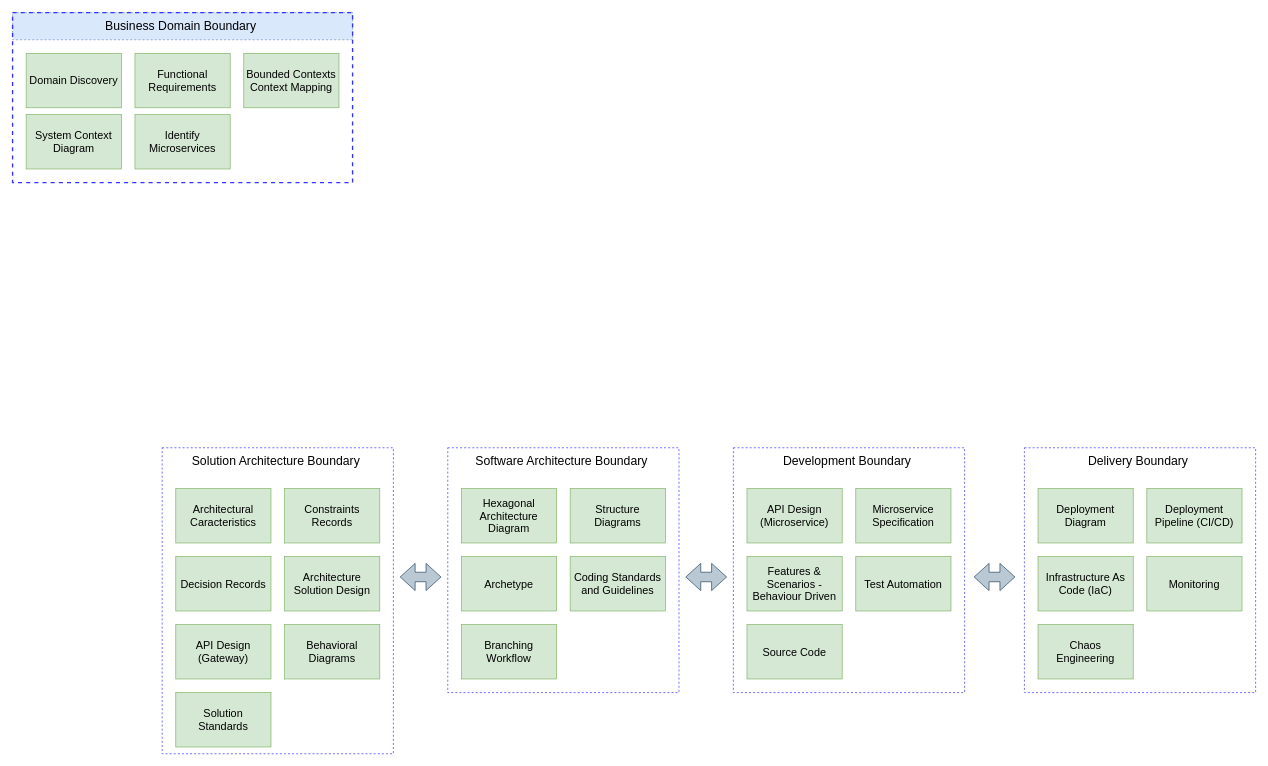
Above: microservice-architecture-solution-framework/drawio/Microservice Architecture Solution Framework.drawio in rpicanco/MicroserviceArchitectureSolutionFramework (draw.io), before the change. Source tidied: cells renumbered, new cells numbered last; positions are measured from the earlier drawing's top-left corner, leaving out a move shared by most shapes. Both pictures are drawn from the tidied source at 68%, with x=0, y=0 at pixel (12, 12).
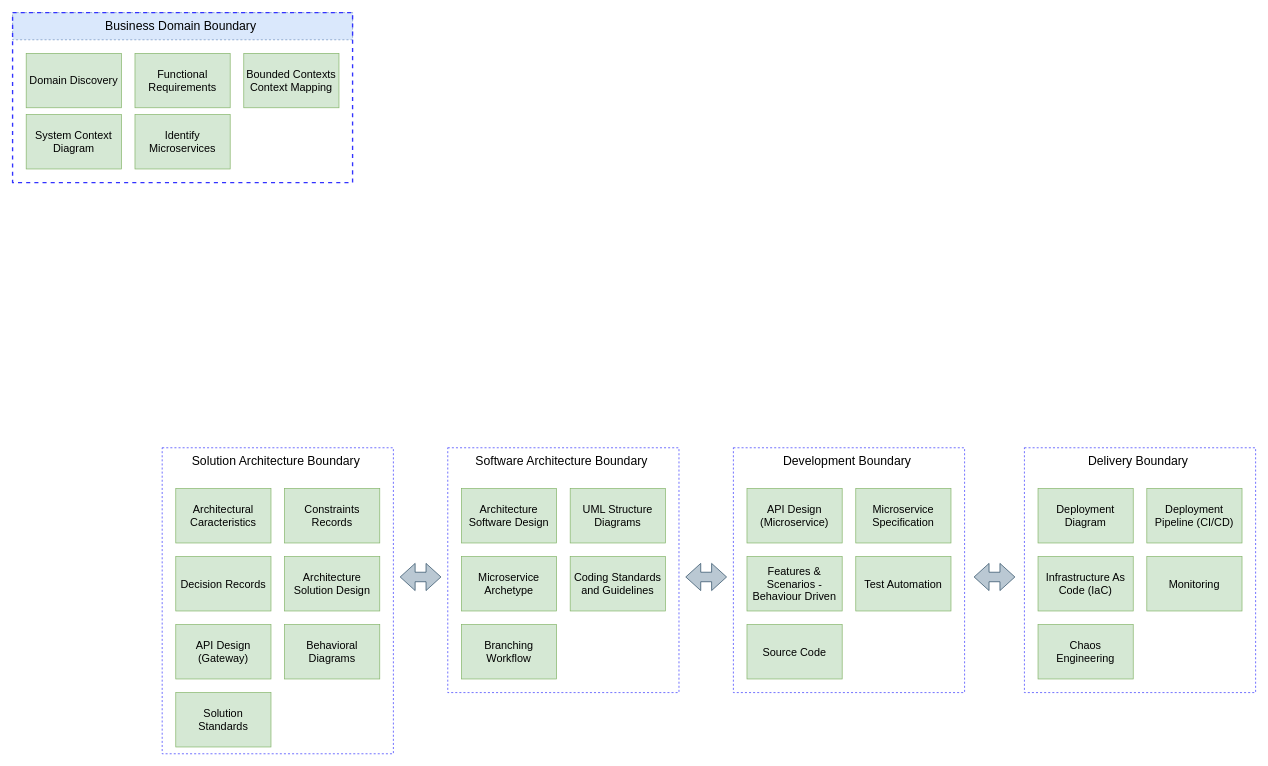
The same diagram, later.

Commit message (it also covers changes not shown here):
software boundary deliverables

What changed in the source:
```diff
@@
-    <mxCell id="18" value="&lt;span style=&quot;font-size: 16px&quot;&gt;Structure&lt;br&gt;Diagrams&lt;/span&gt;" style="rounded=0;whiteSpace=wrap;html=1;fillColor=#d5e8d4;strokeColor=#82b366;" parent="1" vertex="1">
+    <mxCell id="18" value="&lt;span style=&quot;font-size: 16px&quot;&gt;UML Structure&lt;br&gt;Diagrams&lt;/span&gt;" style="rounded=0;whiteSpace=wrap;html=1;fillColor=#d5e8d4;strokeColor=#82b366;" parent="1" vertex="1">
       <mxGeometry x="820" y="700" width="140" height="80" as="geometry" />
     </mxCell>
@@
-    <mxCell id="20" value="&lt;span style=&quot;font-size: 16px&quot;&gt;Hexagonal Architecture Diagram&lt;/span&gt;" style="rounded=0;whiteSpace=wrap;html=1;fillColor=#d5e8d4;strokeColor=#82b366;" parent="1" vertex="1">
+    <mxCell id="20" value="&lt;span style=&quot;font-size: 16px&quot;&gt;Architecture Software Design&lt;/span&gt;" style="rounded=0;whiteSpace=wrap;html=1;fillColor=#d5e8d4;strokeColor=#82b366;" parent="1" vertex="1">
       <mxGeometry x="660" y="700" width="140" height="80" as="geometry" />
     </mxCell>
@@
-    <mxCell id="23" value="&lt;span style=&quot;font-size: 16px&quot;&gt;Archetype&lt;/span&gt;" style="rounded=0;whiteSpace=wrap;html=1;fillColor=#d5e8d4;strokeColor=#82b366;" parent="1" vertex="1">
+    <mxCell id="23" value="&lt;span style=&quot;font-size: 16px&quot;&gt;Microservice&lt;br&gt;Archetype&lt;/span&gt;" style="rounded=0;whiteSpace=wrap;html=1;fillColor=#d5e8d4;strokeColor=#82b366;" parent="1" vertex="1">
       <mxGeometry x="660" y="800" width="140" height="80" as="geometry" />
     </mxCell>
```
